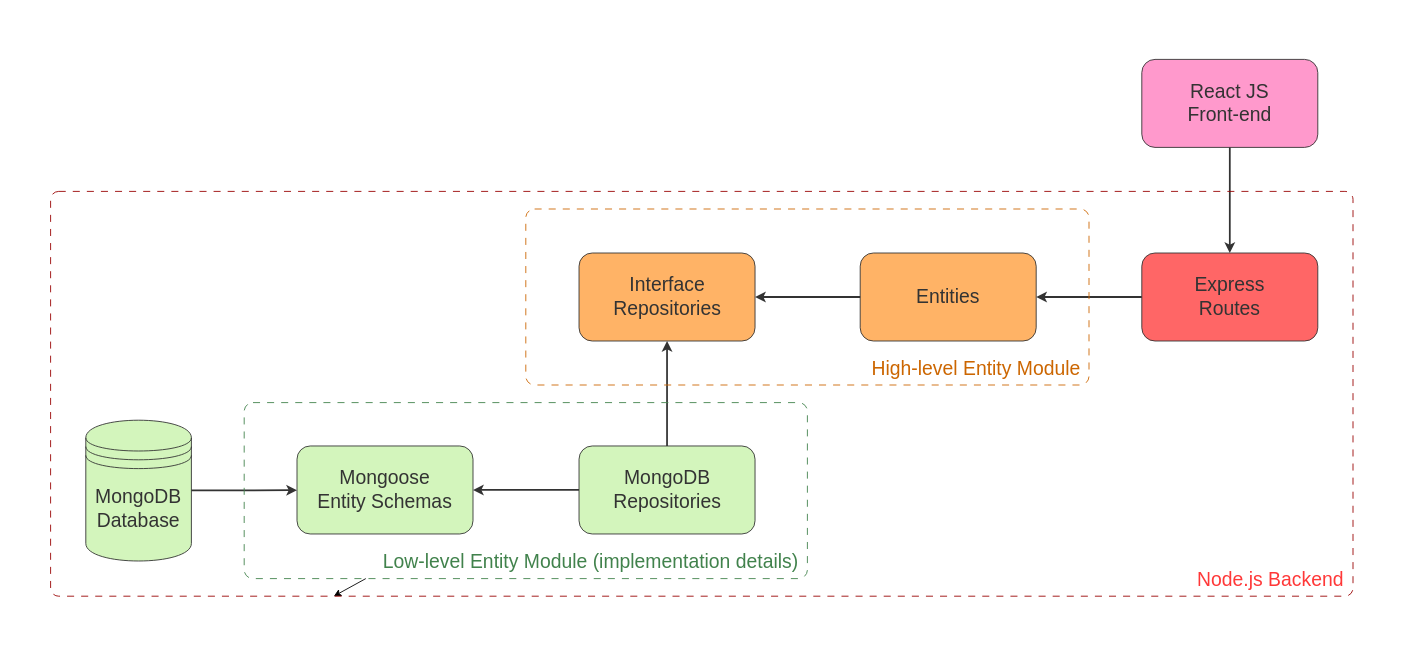
Above: docs/diagrams/architecture.drawio in MathisJANKOVIC/EatInGreen (draw.io), before the change. Source tidied: cells renumbered, new cells numbered last; positions are measured from the earlier drawing's top-left corner, leaving out a move shared by most shapes. Both pictures are drawn from the tidied source at 88%, with x=0, y=0 at pixel (15, 15).
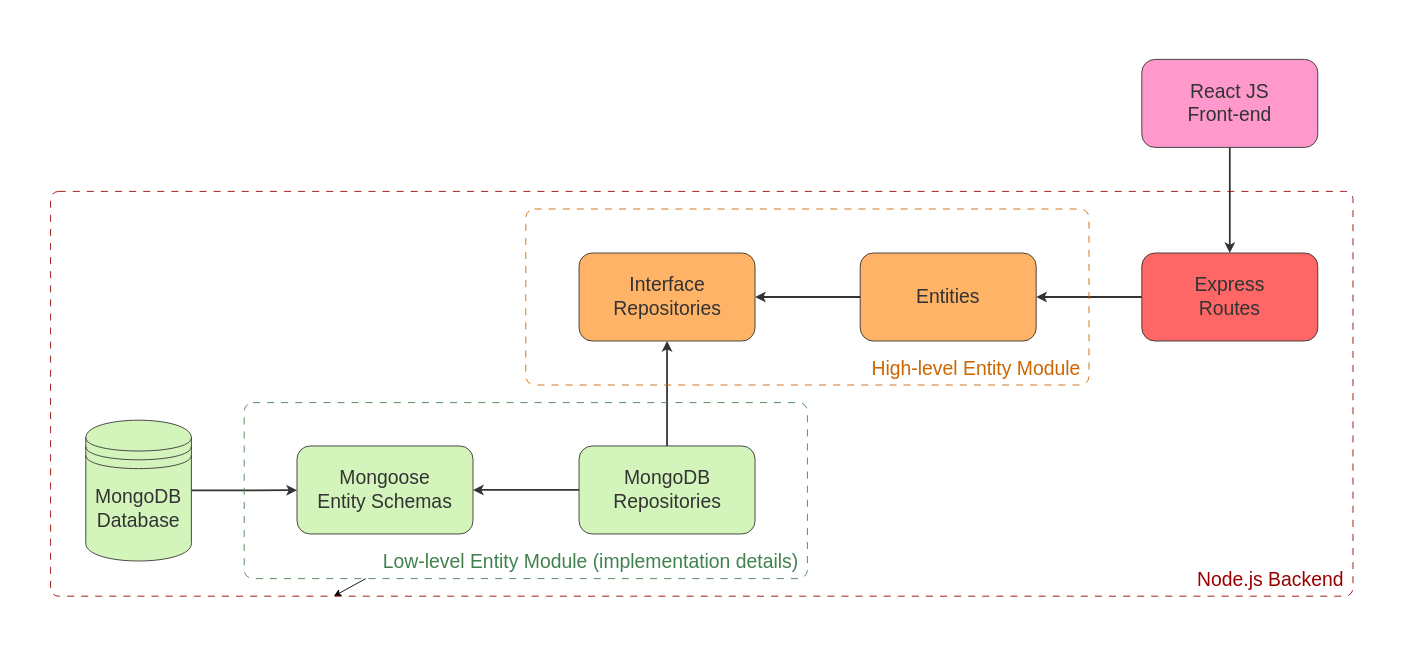
Above is the later version.

Commit message (it also covers changes not shown here):
Translate use-case diagram in english & add moderator case

The change refers to these unchanged cells:
```xml
<mxCell id="2" style="swimlane;startSize=0;strokeColor=none;" parent="1" vertex="1">
  <mxGeometry width="1560" height="720" as="geometry" />
</mxCell>
```

What changed in the source:
```diff
@@
-    <mxCell id="22" value="&lt;font&gt;Node.js Backend&lt;/font&gt;" style="text;strokeColor=none;align=center;fillColor=none;html=1;verticalAlign=middle;whiteSpace=wrap;rounded=0;shadow=0;glass=0;dashed=1;dashPattern=8 8;sketch=0;fontSize=22;fontColor=#FF3838;" parent="2" vertex="1">
+    <mxCell id="22" value="&lt;font&gt;Node.js Backend&lt;/font&gt;" style="text;strokeColor=none;align=center;fillColor=none;html=1;verticalAlign=middle;whiteSpace=wrap;rounded=0;shadow=0;glass=0;dashed=1;dashPattern=8 8;sketch=0;fontSize=22;fontColor=#990000;" parent="2" vertex="1">
       <mxGeometry x="1338" y="622" width="177" height="40" as="geometry" />
     </mxCell>
```
